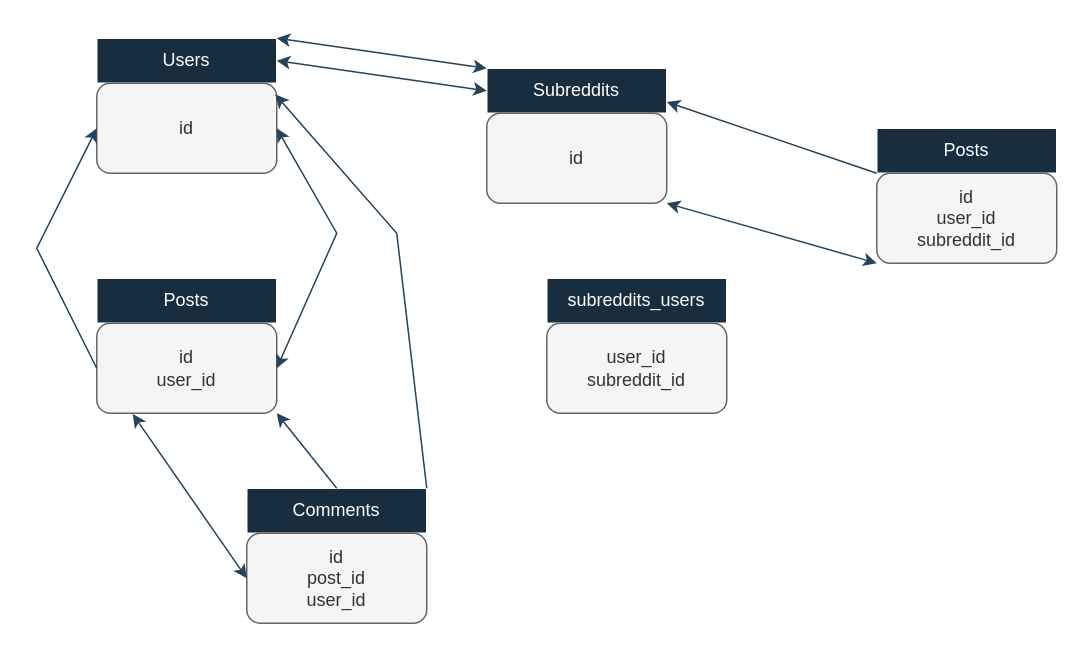
Above: Reddit Clone Diagram .drawio in jesseelson/reddit-clone-app (draw.io), before the change. Source tidied: cells renumbered, new cells numbered last; positions are measured from the earlier drawing's top-left corner, leaving out a move shared by most shapes. Both pictures are drawn from the tidied source at 150%, with x=0, y=0 at pixel (36, 38).
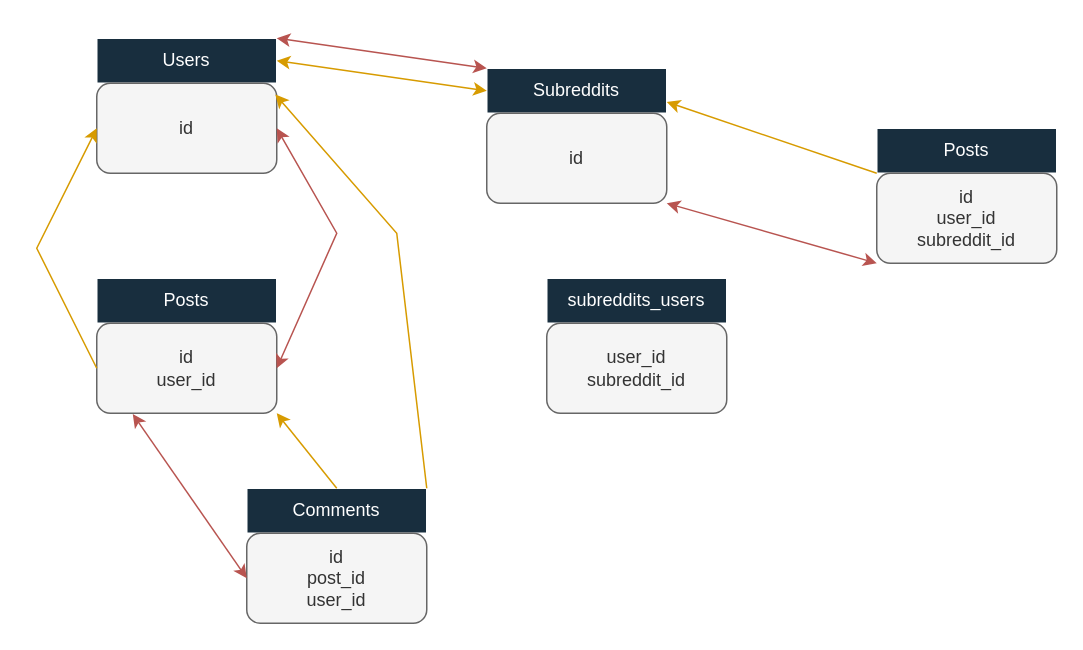
After the change.

Unchanged cells that the change refers to:
```xml
<mxCell id="2" value="Users" style="rounded=0;whiteSpace=wrap;html=1;labelBackgroundColor=none;fillColor=#182E3E;strokeColor=#FFFFFF;fontColor=#FFFFFF;" parent="1" vertex="1">
  <mxGeometry x="40" width="120" height="30" as="geometry" />
</mxCell>
<mxCell id="4" value="Comments" style="rounded=0;whiteSpace=wrap;html=1;labelBackgroundColor=none;fillColor=#182E3E;strokeColor=#FFFFFF;fontColor=#FFFFFF;" parent="1" vertex="1">
  <mxGeometry x="140" y="300" width="120" height="30" as="geometry" />
</mxCell>
<mxCell id="6" value="Subreddits" style="rounded=0;whiteSpace=wrap;html=1;labelBackgroundColor=none;fillColor=#182E3E;strokeColor=#FFFFFF;fontColor=#FFFFFF;" parent="1" vertex="1">
  <mxGeometry x="300" y="20" width="120" height="30" as="geometry" />
</mxCell>
<mxCell id="7" value="id" style="rounded=1;whiteSpace=wrap;html=1;fillColor=#f5f5f5;fontColor=#333333;strokeColor=#666666;" parent="1" vertex="1">
  <mxGeometry x="40" y="30" width="120" height="60" as="geometry" />
</mxCell>
<mxCell id="8" value="id&lt;br&gt;user_id" style="rounded=1;whiteSpace=wrap;html=1;strokeColor=#666666;fontColor=#333333;fillColor=#f5f5f5;" parent="1" vertex="1">
  <mxGeometry x="40" y="190" width="120" height="60" as="geometry" />
</mxCell>
<mxCell id="9" value="id&lt;br&gt;post_id&lt;br&gt;user_id" style="rounded=1;whiteSpace=wrap;html=1;strokeColor=#666666;fontColor=#333333;fillColor=#f5f5f5;" parent="1" vertex="1">
  <mxGeometry x="140" y="330" width="120" height="60" as="geometry" />
</mxCell>
<mxCell id="10" value="id" style="rounded=1;whiteSpace=wrap;html=1;strokeColor=#666666;fontColor=#333333;fillColor=#f5f5f5;" parent="1" vertex="1">
  <mxGeometry x="300" y="50" width="120" height="60" as="geometry" />
</mxCell>
<mxCell id="12" value="Posts" style="rounded=0;whiteSpace=wrap;html=1;labelBackgroundColor=none;fillColor=#182E3E;strokeColor=#FFFFFF;fontColor=#FFFFFF;" parent="1" vertex="1">
  <mxGeometry x="560" y="60" width="120" height="30" as="geometry" />
</mxCell>
<mxCell id="13" value="id&lt;br&gt;user_id&lt;br&gt;subreddit_id" style="rounded=1;whiteSpace=wrap;html=1;strokeColor=#666666;fontColor=#333333;fillColor=#f5f5f5;" parent="1" vertex="1">
  <mxGeometry x="560" y="90" width="120" height="60" as="geometry" />
</mxCell>
```

Change to the diagram source:
```diff
@@
-    <mxCell id="14" style="endArrow=classic;startArrow=classic;html=1;rounded=0;strokeColor=#23445D;entryX=1;entryY=0.5;entryDx=0;entryDy=0;exitX=1;exitY=0.5;exitDx=0;exitDy=0;" parent="1" edge="1" source="8" target="7">
+    <mxCell id="14" style="endArrow=classic;startArrow=classic;html=1;rounded=0;strokeColor=#b85450;entryX=1;entryY=0.5;entryDx=0;entryDy=0;exitX=1;exitY=0.5;exitDx=0;exitDy=0;fillColor=#f8cecc;gradientColor=#ea6b66;" parent="1" edge="1" source="8" target="7">
       <mxGeometry relative="1" as="geometry">
         <Array as="points">
           <mxPoint x="200" y="130" />
         </Array>
       </mxGeometry>
     </mxCell>
-    <mxCell id="15" style="endArrow=classic;html=1;rounded=0;strokeColor=#23445D;exitX=0;exitY=0.5;exitDx=0;exitDy=0;entryX=0;entryY=0.5;entryDx=0;entryDy=0;" parent="1" edge="1" source="8" target="7">
+    <mxCell id="15" style="endArrow=classic;html=1;rounded=0;strokeColor=#d79b00;exitX=0;exitY=0.5;exitDx=0;exitDy=0;entryX=0;entryY=0.5;entryDx=0;entryDy=0;fillColor=#ffcd28;gradientColor=#ffa500;" parent="1" edge="1" source="8" target="7">
       <mxGeometry relative="1" as="geometry">
         <Array as="points">
           <mxPoint y="140" />
         </Array>
       </mxGeometry>
     </mxCell>
-    <mxCell id="16" style="endArrow=classic;startArrow=classic;html=1;rounded=0;strokeColor=#23445D;exitX=0;exitY=0.5;exitDx=0;exitDy=0;entryX=0.2;entryY=1.008;entryDx=0;entryDy=0;entryPerimeter=0;" parent="1" edge="1" source="9" target="8">
+    <mxCell id="16" style="endArrow=classic;startArrow=classic;html=1;rounded=0;strokeColor=#b85450;exitX=0;exitY=0.5;exitDx=0;exitDy=0;entryX=0.2;entryY=1.008;entryDx=0;entryDy=0;entryPerimeter=0;fillColor=#f8cecc;gradientColor=#ea6b66;" parent="1" edge="1" source="9" target="8">
       <mxGeometry relative="1" as="geometry" />
     </mxCell>
-    <mxCell id="17" style="endArrow=classic;html=1;rounded=0;strokeColor=#23445D;exitX=0.5;exitY=0;exitDx=0;exitDy=0;entryX=1;entryY=1;entryDx=0;entryDy=0;" parent="1" edge="1" source="4" target="8">
+    <mxCell id="17" style="endArrow=classic;html=1;rounded=0;strokeColor=#d79b00;exitX=0.5;exitY=0;exitDx=0;exitDy=0;entryX=1;entryY=1;entryDx=0;entryDy=0;fillColor=#ffcd28;gradientColor=#ffa500;" parent="1" edge="1" source="4" target="8">
       <mxGeometry relative="1" as="geometry" />
     </mxCell>
-    <mxCell id="18" style="endArrow=classic;html=1;rounded=0;strokeColor=#23445D;exitX=1;exitY=0;exitDx=0;exitDy=0;entryX=0.992;entryY=0.125;entryDx=0;entryDy=0;entryPerimeter=0;" parent="1" edge="1" source="4" target="7">
+    <mxCell id="18" style="endArrow=classic;html=1;rounded=0;strokeColor=#d79b00;exitX=1;exitY=0;exitDx=0;exitDy=0;entryX=0.992;entryY=0.125;entryDx=0;entryDy=0;entryPerimeter=0;fillColor=#ffcd28;gradientColor=#ffa500;" parent="1" edge="1" source="4" target="7">
       <mxGeometry relative="1" as="geometry">
         <Array as="points">
           <mxPoint x="240" y="130" />
         </Array>
       </mxGeometry>
     </mxCell>
-    <mxCell id="19" style="endArrow=classic;startArrow=classic;html=1;rounded=0;strokeColor=#23445D;entryX=0;entryY=0;entryDx=0;entryDy=0;exitX=1;exitY=0;exitDx=0;exitDy=0;" parent="1" edge="1" source="2" target="6">
+    <mxCell id="19" style="endArrow=classic;startArrow=classic;html=1;rounded=0;strokeColor=#b85450;entryX=0;entryY=0;entryDx=0;entryDy=0;exitX=1;exitY=0;exitDx=0;exitDy=0;fillColor=#f8cecc;gradientColor=#ea6b66;" parent="1" edge="1" source="2" target="6">
       <mxGeometry relative="1" as="geometry" />
     </mxCell>
-    <mxCell id="20" style="endArrow=classic;startArrow=classic;html=1;rounded=0;strokeColor=#23445D;entryX=0;entryY=0.5;entryDx=0;entryDy=0;exitX=1;exitY=0.5;exitDx=0;exitDy=0;" parent="1" edge="1" source="2" target="6">
+    <mxCell id="20" style="endArrow=classic;startArrow=classic;html=1;rounded=0;strokeColor=#d79b00;entryX=0;entryY=0.5;entryDx=0;entryDy=0;exitX=1;exitY=0.5;exitDx=0;exitDy=0;fillColor=#ffcd28;gradientColor=#ffa500;" parent="1" edge="1" source="2" target="6">
       <mxGeometry relative="1" as="geometry" />
     </mxCell>
-    <mxCell id="21" style="endArrow=classic;html=1;rounded=0;strokeColor=#23445D;exitX=0;exitY=1;exitDx=0;exitDy=0;entryX=1;entryY=0.75;entryDx=0;entryDy=0;" parent="1" edge="1" source="12" target="6">
+    <mxCell id="21" style="endArrow=classic;html=1;rounded=0;strokeColor=#d79b00;exitX=0;exitY=1;exitDx=0;exitDy=0;entryX=1;entryY=0.75;entryDx=0;entryDy=0;fillColor=#ffcd28;gradientColor=#ffa500;" parent="1" edge="1" source="12" target="6">
       <mxGeometry relative="1" as="geometry" />
     </mxCell>
-    <mxCell id="22" style="endArrow=classic;startArrow=classic;html=1;rounded=0;strokeColor=#23445D;exitX=1;exitY=1;exitDx=0;exitDy=0;entryX=0;entryY=1;entryDx=0;entryDy=0;" parent="1" edge="1" source="10" target="13">
+    <mxCell id="22" style="endArrow=classic;startArrow=classic;html=1;rounded=0;strokeColor=#b85450;exitX=1;exitY=1;exitDx=0;exitDy=0;entryX=0;entryY=1;entryDx=0;entryDy=0;fillColor=#f8cecc;gradientColor=#ea6b66;" parent="1" edge="1" source="10" target="13">
       <mxGeometry relative="1" as="geometry" />
     </mxCell>
```
